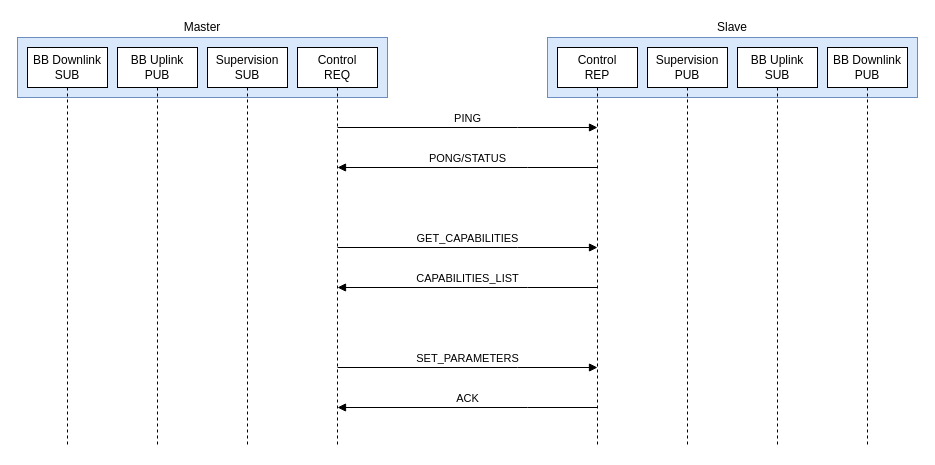
This is gfx/Basic_config.drawio from M17-Project/CARI, a draw.io file, before an edit. Source tidied: cells renumbered, new cells numbered last; positions are measured from the earlier drawing's top-left corner, leaving out a move shared by most shapes. Both pictures are drawn from the tidied source at 100%, with x=0, y=0 at pixel (17, 17).
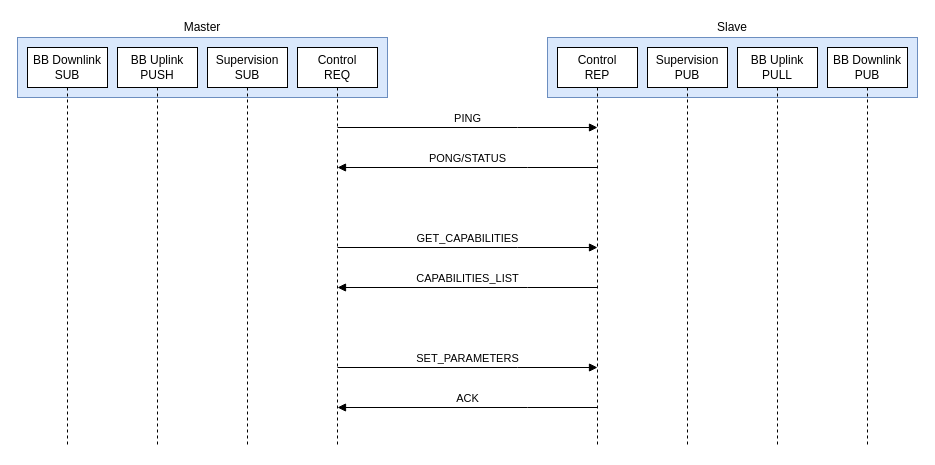
After the change.

What changed in the source:
```diff
@@
-    <mxCell id="15" value="&lt;div&gt;BB Uplink&lt;br&gt;SUB&lt;/div&gt;" style="shape=umlLifeline;perimeter=lifelinePerimeter;whiteSpace=wrap;html=1;newEdgeStyle={&quot;edgeStyle&quot;:&quot;elbowEdgeStyle&quot;,&quot;elbow&quot;:&quot;vertical&quot;,&quot;curved&quot;:0,&quot;rounded&quot;:0};" parent="1" vertex="1">
+    <mxCell id="15" value="&lt;div&gt;BB Uplink&lt;br&gt;PULL&lt;/div&gt;" style="shape=umlLifeline;perimeter=lifelinePerimeter;whiteSpace=wrap;html=1;newEdgeStyle={&quot;edgeStyle&quot;:&quot;elbowEdgeStyle&quot;,&quot;elbow&quot;:&quot;vertical&quot;,&quot;curved&quot;:0,&quot;rounded&quot;:0};" parent="1" vertex="1">
       <mxGeometry x="720" y="30" width="80" height="400" as="geometry" />
     </mxCell>
@@
-    <mxCell id="18" value="&lt;div&gt;BB Uplink&lt;br&gt;PUB&lt;/div&gt;" style="shape=umlLifeline;perimeter=lifelinePerimeter;whiteSpace=wrap;html=1;newEdgeStyle={&quot;edgeStyle&quot;:&quot;elbowEdgeStyle&quot;,&quot;elbow&quot;:&quot;vertical&quot;,&quot;curved&quot;:0,&quot;rounded&quot;:0};" parent="1" vertex="1">
+    <mxCell id="18" value="&lt;div&gt;BB Uplink&lt;br&gt;PUSH&lt;/div&gt;" style="shape=umlLifeline;perimeter=lifelinePerimeter;whiteSpace=wrap;html=1;newEdgeStyle={&quot;edgeStyle&quot;:&quot;elbowEdgeStyle&quot;,&quot;elbow&quot;:&quot;vertical&quot;,&quot;curved&quot;:0,&quot;rounded&quot;:0};" parent="1" vertex="1">
       <mxGeometry x="100" y="30" width="80" height="400" as="geometry" />
     </mxCell>
```
